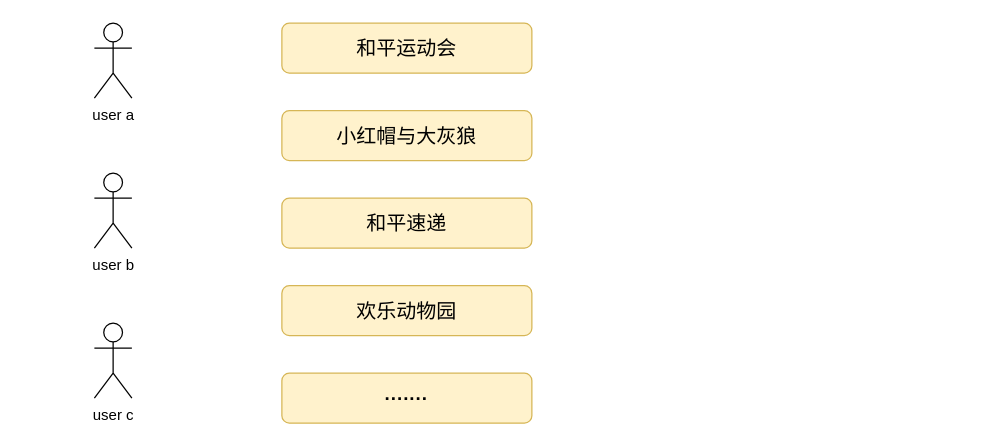
Before: 未命名绘图.drawio in Ice-Tea-7/HelloWorld, a draw.io diagram. Source tidied: cells renumbered, new cells numbered last; positions are measured from the earlier drawing's top-left corner, leaving out a move shared by most shapes. Both pictures are drawn from the tidied source at 125%, with x=0, y=0 at pixel (94, 22).
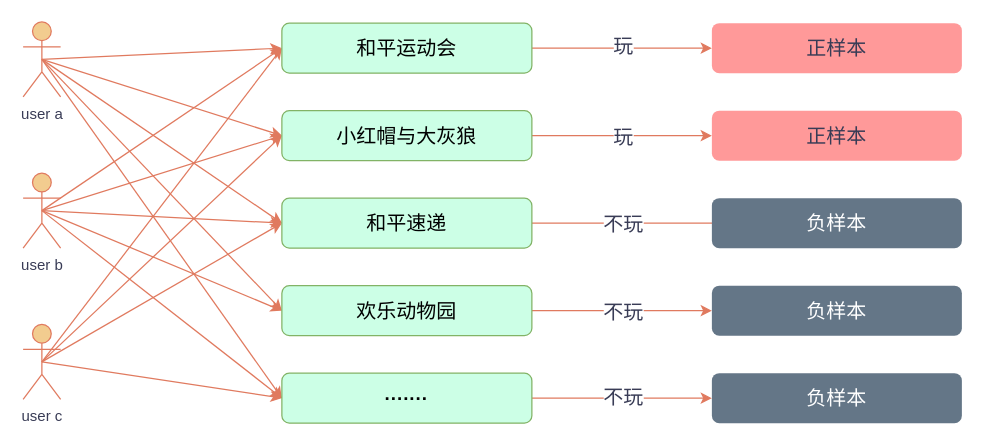
Above is the later version.

Commit message:
更新未命名绘图.drawio

The edit, as a diff of the source:
```diff
@@
+    <mxCell id="10" style="rounded=0;jettySize=auto;html=1;exitX=0.5;exitY=0.5;exitDx=0;exitDy=0;exitPerimeter=0;labelBackgroundColor=#F4F1DE;strokeColor=#E07A5F;fontColor=#393C56;" parent="1" edge="1" source="2">
+      <mxGeometry relative="1" as="geometry">
+        <mxPoint x="149.7" y="20" as="targetPoint" />
+      </mxGeometry>
+    </mxCell>
+    <mxCell id="11" style="edgeStyle=none;rounded=0;jettySize=auto;html=1;exitX=0.5;exitY=0.5;exitDx=0;exitDy=0;exitPerimeter=0;entryX=0;entryY=0.5;entryDx=0;entryDy=0;labelBackgroundColor=#F4F1DE;strokeColor=#E07A5F;fontColor=#393C56;" parent="1" edge="1" source="2" target="6">
+      <mxGeometry relative="1" as="geometry" />
+    </mxCell>
+    <mxCell id="12" style="edgeStyle=none;rounded=0;jettySize=auto;html=1;exitX=0.5;exitY=0.5;exitDx=0;exitDy=0;exitPerimeter=0;entryX=0;entryY=0.5;entryDx=0;entryDy=0;labelBackgroundColor=#F4F1DE;strokeColor=#E07A5F;fontColor=#393C56;" parent="1" edge="1" source="2" target="7">
+      <mxGeometry relative="1" as="geometry" />
+    </mxCell>
+    <mxCell id="13" style="edgeStyle=none;rounded=0;jettySize=auto;html=1;exitX=0.5;exitY=0.5;exitDx=0;exitDy=0;exitPerimeter=0;entryX=0;entryY=0.5;entryDx=0;entryDy=0;labelBackgroundColor=#F4F1DE;strokeColor=#E07A5F;fontColor=#393C56;" parent="1" edge="1" source="2" target="8">
+      <mxGeometry relative="1" as="geometry" />
+    </mxCell>
+    <mxCell id="14" style="edgeStyle=none;rounded=0;jettySize=auto;html=1;exitX=0.5;exitY=0.5;exitDx=0;exitDy=0;exitPerimeter=0;entryX=0;entryY=0.5;entryDx=0;entryDy=0;labelBackgroundColor=#F4F1DE;strokeColor=#E07A5F;fontColor=#393C56;" parent="1" edge="1" source="2" target="9">
+      <mxGeometry relative="1" as="geometry" />
+    </mxCell>
-    <mxCell id="2" value="user a" style="shape=umlActor;verticalLabelPosition=bottom;verticalAlign=top;html=1;outlineConnect=0;" parent="1" vertex="1">
-      <mxGeometry width="30" height="60" as="geometry" />
+    <mxCell id="2" value="user a" style="shape=umlActor;verticalLabelPosition=bottom;verticalAlign=top;html=1;outlineConnect=0;fillColor=#F2CC8F;strokeColor=#E07A5F;fontColor=#393C56;" parent="1" vertex="1">
+      <mxGeometry x="-57" y="-1" width="30" height="60" as="geometry" />
     </mxCell>
+    <mxCell id="15" style="edgeStyle=none;rounded=0;jettySize=auto;html=1;exitX=0.5;exitY=0.5;exitDx=0;exitDy=0;exitPerimeter=0;entryX=0;entryY=0.5;entryDx=0;entryDy=0;labelBackgroundColor=#F4F1DE;strokeColor=#E07A5F;fontColor=#393C56;" parent="1" edge="1" source="3" target="5">
+      <mxGeometry relative="1" as="geometry" />
+    </mxCell>
+    <mxCell id="16" style="edgeStyle=none;rounded=0;jettySize=auto;html=1;exitX=0.5;exitY=0.5;exitDx=0;exitDy=0;exitPerimeter=0;entryX=0;entryY=0.5;entryDx=0;entryDy=0;labelBackgroundColor=#F4F1DE;strokeColor=#E07A5F;fontColor=#393C56;" parent="1" edge="1" source="3" target="6">
+      <mxGeometry relative="1" as="geometry" />
+    </mxCell>
+    <mxCell id="17" style="edgeStyle=none;rounded=0;jettySize=auto;html=1;exitX=0.5;exitY=0.5;exitDx=0;exitDy=0;exitPerimeter=0;entryX=0;entryY=0.5;entryDx=0;entryDy=0;labelBackgroundColor=#F4F1DE;strokeColor=#E07A5F;fontColor=#393C56;" parent="1" edge="1" source="3" target="7">
+      <mxGeometry relative="1" as="geometry" />
+    </mxCell>
+    <mxCell id="18" style="edgeStyle=none;rounded=0;jettySize=auto;html=1;exitX=0.5;exitY=0.5;exitDx=0;exitDy=0;exitPerimeter=0;entryX=0;entryY=0.5;entryDx=0;entryDy=0;labelBackgroundColor=#F4F1DE;strokeColor=#E07A5F;fontColor=#393C56;" parent="1" edge="1" source="3" target="8">
+      <mxGeometry relative="1" as="geometry" />
+    </mxCell>
+    <mxCell id="19" style="edgeStyle=none;rounded=0;jettySize=auto;html=1;exitX=0.5;exitY=0.5;exitDx=0;exitDy=0;exitPerimeter=0;entryX=0;entryY=0.5;entryDx=0;entryDy=0;labelBackgroundColor=#F4F1DE;strokeColor=#E07A5F;fontColor=#393C56;" parent="1" edge="1" source="3" target="9">
+      <mxGeometry relative="1" as="geometry" />
+    </mxCell>
-    <mxCell id="3" value="user b" style="shape=umlActor;verticalLabelPosition=bottom;verticalAlign=top;html=1;outlineConnect=0;" parent="1" vertex="1">
-      <mxGeometry y="120" width="30" height="60" as="geometry" />
+    <mxCell id="3" value="user b" style="shape=umlActor;verticalLabelPosition=bottom;verticalAlign=top;html=1;outlineConnect=0;fillColor=#F2CC8F;strokeColor=#E07A5F;fontColor=#393C56;" parent="1" vertex="1">
+      <mxGeometry x="-57" y="120" width="30" height="60" as="geometry" />
     </mxCell>
+    <mxCell id="20" style="edgeStyle=none;rounded=0;jettySize=auto;html=1;exitX=0.5;exitY=0.5;exitDx=0;exitDy=0;exitPerimeter=0;entryX=0;entryY=0.5;entryDx=0;entryDy=0;labelBackgroundColor=#F4F1DE;strokeColor=#E07A5F;fontColor=#393C56;" parent="1" edge="1" source="4" target="5">
+      <mxGeometry relative="1" as="geometry" />
+    </mxCell>
+    <mxCell id="21" style="edgeStyle=none;rounded=0;jettySize=auto;html=1;exitX=0.5;exitY=0.5;exitDx=0;exitDy=0;exitPerimeter=0;entryX=0;entryY=0.5;entryDx=0;entryDy=0;labelBackgroundColor=#F4F1DE;strokeColor=#E07A5F;fontColor=#393C56;" parent="1" edge="1" source="4" target="6">
+      <mxGeometry relative="1" as="geometry" />
+    </mxCell>
+    <mxCell id="22" style="edgeStyle=none;rounded=0;jettySize=auto;html=1;exitX=0.5;exitY=0.5;exitDx=0;exitDy=0;exitPerimeter=0;entryX=0;entryY=0.5;entryDx=0;entryDy=0;labelBackgroundColor=#F4F1DE;strokeColor=#E07A5F;fontColor=#393C56;" parent="1" edge="1" source="4" target="7">
+      <mxGeometry relative="1" as="geometry" />
+    </mxCell>
+    <mxCell id="23" style="edgeStyle=none;rounded=0;jettySize=auto;html=1;exitX=0.5;exitY=0.5;exitDx=0;exitDy=0;exitPerimeter=0;entryX=0;entryY=0.5;entryDx=0;entryDy=0;labelBackgroundColor=#F4F1DE;strokeColor=#E07A5F;fontColor=#393C56;" parent="1" edge="1" source="4" target="9">
+      <mxGeometry relative="1" as="geometry" />
+    </mxCell>
-    <mxCell id="4" value="user c" style="shape=umlActor;verticalLabelPosition=bottom;verticalAlign=top;html=1;outlineConnect=0;" parent="1" vertex="1">
-      <mxGeometry y="240" width="30" height="60" as="geometry" />
+    <mxCell id="4" value="user c" style="shape=umlActor;verticalLabelPosition=bottom;verticalAlign=top;html=1;outlineConnect=0;fillColor=#F2CC8F;strokeColor=#E07A5F;fontColor=#393C56;" parent="1" vertex="1">
+      <mxGeometry x="-57" y="241" width="30" height="60" as="geometry" />
     </mxCell>
+    <mxCell id="24" style="edgeStyle=orthogonalEdgeStyle;rounded=0;jettySize=auto;html=1;exitX=1;exitY=0.5;exitDx=0;exitDy=0;entryX=0;entryY=0.5;entryDx=0;entryDy=0;labelBackgroundColor=#F4F1DE;strokeColor=#E07A5F;fontColor=#393C56;" parent="1" edge="1" source="5" target="34">
+      <mxGeometry relative="1" as="geometry" />
+    </mxCell>
+    <mxCell id="25" value="玩" style="edgeLabel;html=1;align=center;verticalAlign=middle;labelBackgroundColor=#FFFFFF;fontColor=#393C56;fontSize=16;" parent="24" vertex="1">
+      <mxGeometry x="-0.2" y="3" relative="1" as="geometry">
+        <mxPoint x="14" as="offset" />
+      </mxGeometry>
+    </mxCell>
-    <mxCell id="5" value="&lt;font style=&quot;font-size: 16px;&quot;&gt;和平运动会&lt;/font&gt;" style="rounded=1;whiteSpace=wrap;html=1;labelBackgroundColor=none;fontSize=16;fillColor=#fff2cc;strokeColor=#d6b656;" parent="1" vertex="1">
+    <mxCell id="5" value="&lt;font style=&quot;font-size: 16px;&quot;&gt;和平运动会&lt;/font&gt;" style="rounded=1;whiteSpace=wrap;html=1;labelBackgroundColor=none;fontSize=16;fillColor=#CCFFE6;strokeColor=#82b366;" parent="1" vertex="1">
       <mxGeometry x="150" width="200" height="40" as="geometry" />
     </mxCell>
+    <mxCell id="26" style="edgeStyle=orthogonalEdgeStyle;rounded=0;jettySize=auto;html=1;exitX=1;exitY=0.5;exitDx=0;exitDy=0;entryX=0;entryY=0.5;entryDx=0;entryDy=0;labelBackgroundColor=#F4F1DE;strokeColor=#E07A5F;fontColor=#393C56;" parent="1" edge="1" source="6" target="35">
+      <mxGeometry relative="1" as="geometry" />
+    </mxCell>
+    <mxCell id="27" value="玩" style="edgeLabel;html=1;align=center;verticalAlign=middle;labelBackgroundColor=#FFFFFF;fontColor=#393C56;fontSize=16;" parent="26" vertex="1">
+      <mxGeometry x="-0.14" y="1" relative="1" as="geometry">
+        <mxPoint x="10" y="1" as="offset" />
+      </mxGeometry>
+    </mxCell>
-    <mxCell id="6" value="&lt;font face=&quot;Microsoft YaHei&quot; style=&quot;font-size: 16px;&quot;&gt;小红帽与大灰狼&lt;/font&gt;" style="rounded=1;whiteSpace=wrap;html=1;labelBackgroundColor=none;fontSize=16;fillColor=#fff2cc;strokeColor=#d6b656;" parent="1" vertex="1">
+    <mxCell id="6" value="&lt;font face=&quot;Microsoft YaHei&quot; style=&quot;font-size: 16px;&quot;&gt;小红帽与大灰狼&lt;/font&gt;" style="rounded=1;whiteSpace=wrap;html=1;labelBackgroundColor=none;fontSize=16;fillColor=#CCFFE6;strokeColor=#82b366;" parent="1" vertex="1">
       <mxGeometry x="150" y="70" width="200" height="40" as="geometry" />
     </mxCell>
+    <mxCell id="28" style="edgeStyle=orthogonalEdgeStyle;rounded=0;jettySize=auto;html=1;exitX=1;exitY=0.5;exitDx=0;exitDy=0;labelBackgroundColor=#F4F1DE;strokeColor=#E07A5F;fontColor=#393C56;" parent="1" edge="1" source="7">
+      <mxGeometry relative="1" as="geometry">
+        <mxPoint x="519.7" y="160" as="targetPoint" />
+        <Array as="points">
+          <mxPoint x="412" y="160" />
+          <mxPoint x="412" y="160" />
+        </Array>
+      </mxGeometry>
+    </mxCell>
+    <mxCell id="29" value="不玩" style="edgeLabel;html=1;align=center;verticalAlign=middle;labelBackgroundColor=#FFFFFF;fontColor=#393C56;fontSize=16;" parent="28" vertex="1">
+      <mxGeometry x="-0.17" y="-3" relative="1" as="geometry">
+        <mxPoint x="2" y="-3" as="offset" />
+      </mxGeometry>
+    </mxCell>
-    <mxCell id="7" value="&lt;span style=&quot;font-family: &amp;quot;Microsoft YaHei&amp;quot;; font-size: 16px;&quot;&gt;和平速递&lt;/span&gt;" style="rounded=1;whiteSpace=wrap;html=1;labelBackgroundColor=none;fontSize=16;fillColor=#fff2cc;strokeColor=#d6b656;" parent="1" vertex="1">
+    <mxCell id="7" value="&lt;span style=&quot;font-family: &amp;quot;Microsoft YaHei&amp;quot;; font-size: 16px;&quot;&gt;和平速递&lt;/span&gt;" style="rounded=1;whiteSpace=wrap;html=1;labelBackgroundColor=none;fontSize=16;fillColor=#CCFFE6;strokeColor=#82b366;" parent="1" vertex="1">
       <mxGeometry x="150" y="140" width="200" height="40" as="geometry" />
     </mxCell>
+    <mxCell id="30" style="edgeStyle=orthogonalEdgeStyle;rounded=0;jettySize=auto;html=1;exitX=1;exitY=0.5;exitDx=0;exitDy=0;entryX=0;entryY=0.5;entryDx=0;entryDy=0;labelBackgroundColor=#F4F1DE;strokeColor=#E07A5F;fontColor=#393C56;" parent="1" edge="1" source="8" target="37">
+      <mxGeometry relative="1" as="geometry" />
+    </mxCell>
+    <mxCell id="31" value="不玩" style="edgeLabel;html=1;align=center;verticalAlign=middle;labelBackgroundColor=#FFFFFF;fontColor=#393C56;fontSize=16;" parent="30" vertex="1">
+      <mxGeometry x="-0.15" y="-2" relative="1" as="geometry">
+        <mxPoint x="11" y="-2" as="offset" />
+      </mxGeometry>
+    </mxCell>
-    <mxCell id="8" value="&lt;span style=&quot;font-family: &amp;quot;Microsoft YaHei&amp;quot;; font-size: 16px;&quot;&gt;欢乐动物园&lt;/span&gt;" style="rounded=1;whiteSpace=wrap;html=1;labelBackgroundColor=none;fontSize=16;fillColor=#fff2cc;strokeColor=#d6b656;" parent="1" vertex="1">
+    <mxCell id="8" value="&lt;span style=&quot;font-family: &amp;quot;Microsoft YaHei&amp;quot;; font-size: 16px;&quot;&gt;欢乐动物园&lt;/span&gt;" style="rounded=1;whiteSpace=wrap;html=1;labelBackgroundColor=none;fontSize=16;fillColor=#CCFFE6;strokeColor=#82b366;" parent="1" vertex="1">
       <mxGeometry x="150" y="210" width="200" height="40" as="geometry" />
     </mxCell>
+    <mxCell id="32" style="edgeStyle=orthogonalEdgeStyle;rounded=0;jettySize=auto;html=1;exitX=1;exitY=0.5;exitDx=0;exitDy=0;entryX=0;entryY=0.5;entryDx=0;entryDy=0;labelBackgroundColor=#F4F1DE;strokeColor=#E07A5F;fontColor=#393C56;" parent="1" edge="1" source="9" target="38">
+      <mxGeometry relative="1" as="geometry" />
+    </mxCell>
+    <mxCell id="33" value="不玩" style="edgeLabel;html=1;align=center;verticalAlign=middle;labelBackgroundColor=#FFFFFF;fontColor=#393C56;fontSize=16;" parent="32" vertex="1">
+      <mxGeometry x="-0.15" y="2" relative="1" as="geometry">
+        <mxPoint x="11" as="offset" />
+      </mxGeometry>
+    </mxCell>
-    <mxCell id="9" value="·······" style="rounded=1;whiteSpace=wrap;html=1;fillColor=#fff2cc;strokeColor=#d6b656;fontSize=15;fontColor=#000000;fontStyle=1;" parent="1" vertex="1">
+    <mxCell id="9" value="·······" style="rounded=1;whiteSpace=wrap;html=1;fillColor=#CCFFE6;strokeColor=#82b366;fontSize=15;fontStyle=1;" parent="1" vertex="1">
       <mxGeometry x="150" y="280" width="200" height="40" as="geometry" />
     </mxCell>
+    <mxCell id="34" value="正样本" style="rounded=1;whiteSpace=wrap;html=1;labelBackgroundColor=none;fontSize=16;fillColor=#FF9999;strokeColor=none;fontColor=#393C56;" parent="1" vertex="1">
+      <mxGeometry x="494" width="200" height="40" as="geometry" />
+    </mxCell>
+    <mxCell id="35" value="正样本" style="rounded=1;whiteSpace=wrap;html=1;labelBackgroundColor=none;fontSize=16;fillColor=#FF9999;strokeColor=none;fontColor=#393C56;" parent="1" vertex="1">
+      <mxGeometry x="494" y="70" width="200" height="40" as="geometry" />
+    </mxCell>
+    <mxCell id="36" value="负样本" style="rounded=1;whiteSpace=wrap;html=1;labelBackgroundColor=none;fontSize=16;fillColor=#647687;strokeColor=none;fontColor=#FFFFFF;" parent="1" vertex="1">
+      <mxGeometry x="494" y="140" width="200" height="40" as="geometry" />
+    </mxCell>
+    <mxCell id="37" value="负样本" style="rounded=1;whiteSpace=wrap;html=1;labelBackgroundColor=none;fontSize=16;fillColor=#647687;strokeColor=none;fontColor=#FFFFFF;" parent="1" vertex="1">
+      <mxGeometry x="494" y="210" width="200" height="40" as="geometry" />
+    </mxCell>
+    <mxCell id="38" value="&lt;span style=&quot;font-size: 16px; font-weight: 400;&quot;&gt;负样本&lt;/span&gt;" style="rounded=1;whiteSpace=wrap;html=1;fillColor=#647687;strokeColor=none;fontSize=15;fontColor=#FFFFFF;fontStyle=1;" parent="1" vertex="1">
+      <mxGeometry x="494" y="280" width="200" height="40" as="geometry" />
+    </mxCell>
```
